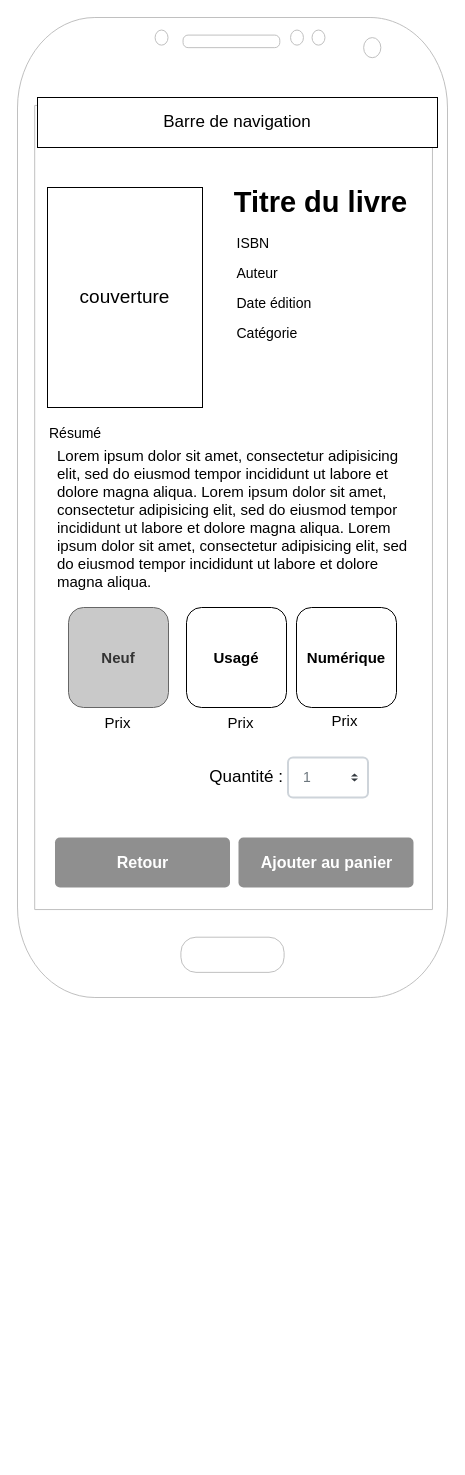
Above: org/diagrammes/wireframes/afficher-livre/mobile.drawio in Feelschevreuil/vlisside-Survivor (draw.io), before the change. Source tidied: cells renumbered, new cells numbered last; positions are measured from the earlier drawing's top-left corner, leaving out a move shared by most shapes. Both pictures are drawn from the tidied source at 100%, with x=0, y=0 at pixel (17, 17).
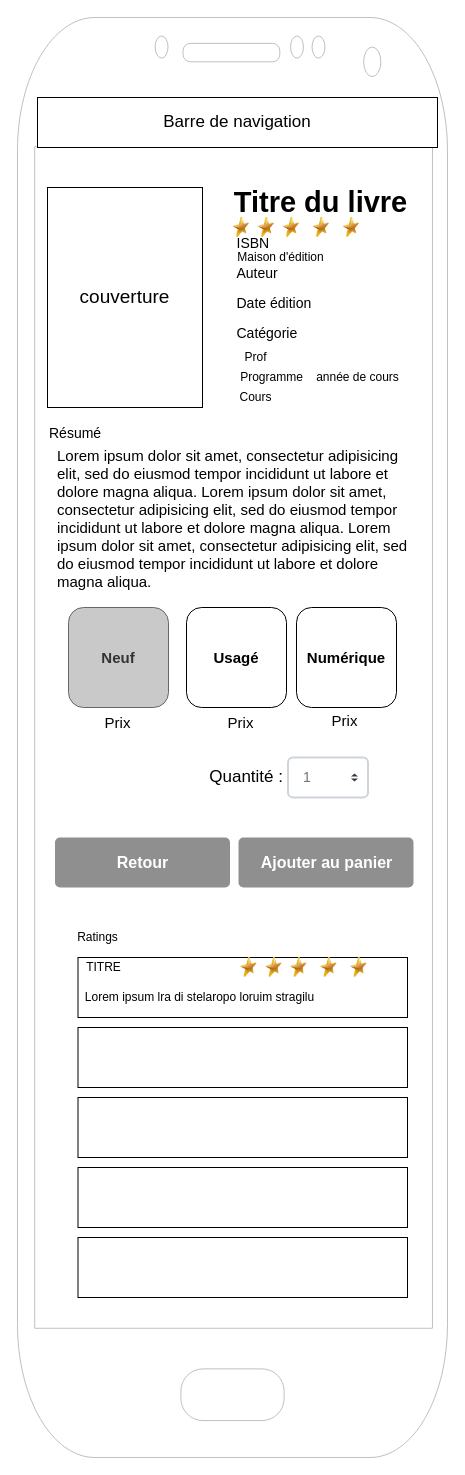
After the change.

Change to the diagram source:
```diff
@@
     <mxCell id="12" style="verticalLabelPosition=bottom;verticalAlign=top;html=1;shadow=0;dashed=0;strokeWidth=1;shape=mxgraph.android.phone2;strokeColor=#c0c0c0;" parent="1" vertex="1">
-      <mxGeometry width="430" height="980" as="geometry" />
+      <mxGeometry width="430" height="1440" as="geometry" />
     </mxCell>
@@
+    <mxCell id="24" value="Prof" style="text;html=1;align=center;verticalAlign=middle;strokeColor=none;fillColor=none;" parent="1" vertex="1">
+      <mxGeometry x="217.5" y="330" width="40" height="20" as="geometry" />
+    </mxCell>
+    <mxCell id="25" value="Programme" style="text;html=1;align=center;verticalAlign=middle;strokeColor=none;fillColor=none;" parent="1" vertex="1">
+      <mxGeometry x="213.5" y="350" width="80" height="20" as="geometry" />
+    </mxCell>
+    <mxCell id="26" value="Cours" style="text;html=1;align=center;verticalAlign=middle;strokeColor=none;fillColor=none;" parent="1" vertex="1">
+      <mxGeometry x="212.5" y="370" width="50" height="20" as="geometry" />
+    </mxCell>
+    <mxCell id="27" value="année de cours" style="text;html=1;align=center;verticalAlign=middle;strokeColor=none;fillColor=none;" parent="1" vertex="1">
+      <mxGeometry x="290" y="350" width="100" height="20" as="geometry" />
+    </mxCell>
+    <mxCell id="28" value="Ratings" style="text;html=1;align=center;verticalAlign=middle;strokeColor=none;fillColor=none;" parent="1" vertex="1">
+      <mxGeometry x="50" y="910" width="60" height="20" as="geometry" />
+    </mxCell>
+    <mxCell id="29" style="rounded=0;whiteSpace=wrap;html=1;" parent="1" vertex="1">
+      <mxGeometry x="60.5" y="1010" width="329.5" height="60" as="geometry" />
+    </mxCell>
+    <mxCell id="30" style="rounded=0;whiteSpace=wrap;html=1;" parent="1" vertex="1">
+      <mxGeometry x="60.5" y="1080" width="329.5" height="60" as="geometry" />
+    </mxCell>
+    <mxCell id="31" style="rounded=0;whiteSpace=wrap;html=1;" parent="1" vertex="1">
+      <mxGeometry x="60.5" y="1150" width="329.5" height="60" as="geometry" />
+    </mxCell>
+    <mxCell id="32" style="rounded=0;whiteSpace=wrap;html=1;" parent="1" vertex="1">
+      <mxGeometry x="60.5" y="1220" width="329.5" height="60" as="geometry" />
+    </mxCell>
+    <mxCell id="33" style="rounded=0;whiteSpace=wrap;html=1;" parent="1" vertex="1">
+      <mxGeometry x="60.5" y="940" width="329.5" height="60" as="geometry" />
+    </mxCell>
+    <mxCell id="34" style="image;html=1;image=img/lib/clip_art/general/Star_128x128.png;" parent="1" vertex="1">
+      <mxGeometry x="321" y="940" width="40" height="20" as="geometry" />
+    </mxCell>
+    <mxCell id="35" style="image;html=1;image=img/lib/clip_art/general/Star_128x128.png;" parent="1" vertex="1">
+      <mxGeometry x="291" y="940" width="40" height="20" as="geometry" />
+    </mxCell>
+    <mxCell id="36" style="image;html=1;image=img/lib/clip_art/general/Star_128x128.png;" parent="1" vertex="1">
+      <mxGeometry x="251" y="940" width="60" height="20" as="geometry" />
+    </mxCell>
+    <mxCell id="37" style="image;html=1;image=img/lib/clip_art/general/Star_128x128.png;" parent="1" vertex="1">
+      <mxGeometry x="231" y="940" width="50" height="20" as="geometry" />
+    </mxCell>
+    <mxCell id="38" style="image;html=1;image=img/lib/clip_art/general/Star_128x128.png;" parent="1" vertex="1">
+      <mxGeometry x="221" y="940" width="20" height="20" as="geometry" />
+    </mxCell>
+    <mxCell id="39" value="TITRE" style="text;html=1;align=center;verticalAlign=middle;strokeColor=none;fillColor=none;" parent="1" vertex="1">
+      <mxGeometry x="60.5" y="940" width="50" height="20" as="geometry" />
+    </mxCell>
+    <mxCell id="40" value="Lorem ipsum lra di stelaropo loruim stragilu" style="text;html=1;align=center;verticalAlign=middle;strokeColor=none;fillColor=none;" parent="1" vertex="1">
+      <mxGeometry x="61.5" y="970" width="240" height="20" as="geometry" />
+    </mxCell>
+    <mxCell id="41" style="image;html=1;image=img/lib/clip_art/general/Star_128x128.png;" parent="1" vertex="1">
+      <mxGeometry x="313.5" y="200" width="40" height="20" as="geometry" />
+    </mxCell>
+    <mxCell id="42" style="image;html=1;image=img/lib/clip_art/general/Star_128x128.png;" parent="1" vertex="1">
+      <mxGeometry x="283.5" y="200" width="40" height="20" as="geometry" />
+    </mxCell>
+    <mxCell id="43" style="image;html=1;image=img/lib/clip_art/general/Star_128x128.png;" parent="1" vertex="1">
+      <mxGeometry x="243.5" y="200" width="60" height="20" as="geometry" />
+    </mxCell>
+    <mxCell id="44" style="image;html=1;image=img/lib/clip_art/general/Star_128x128.png;" parent="1" vertex="1">
+      <mxGeometry x="223.5" y="200" width="50" height="20" as="geometry" />
+    </mxCell>
+    <mxCell id="45" style="image;html=1;image=img/lib/clip_art/general/Star_128x128.png;" parent="1" vertex="1">
+      <mxGeometry x="213.5" y="200" width="20" height="20" as="geometry" />
+    </mxCell>
+    <mxCell id="46" value="Maison d'édition" style="text;html=1;align=center;verticalAlign=middle;strokeColor=none;fillColor=none;" parent="1" vertex="1">
+      <mxGeometry x="212.5" y="230" width="100" height="20" as="geometry" />
+    </mxCell>
```
